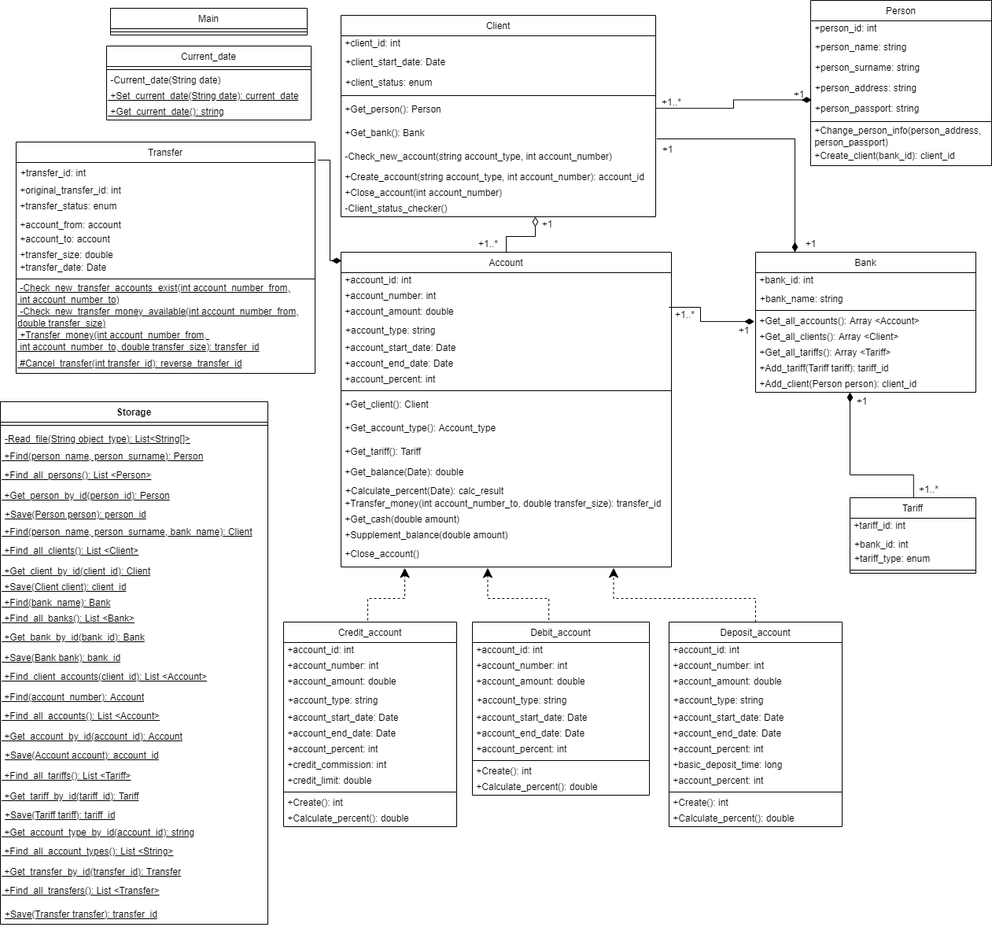
Earlier version of the draw.io export Banking diagram.png (Tanitum/Banking-system). Source tidied: cells renumbered, new cells last; positions are measured from the earlier drawing's top-left corner, leaving out a move shared by most shapes.
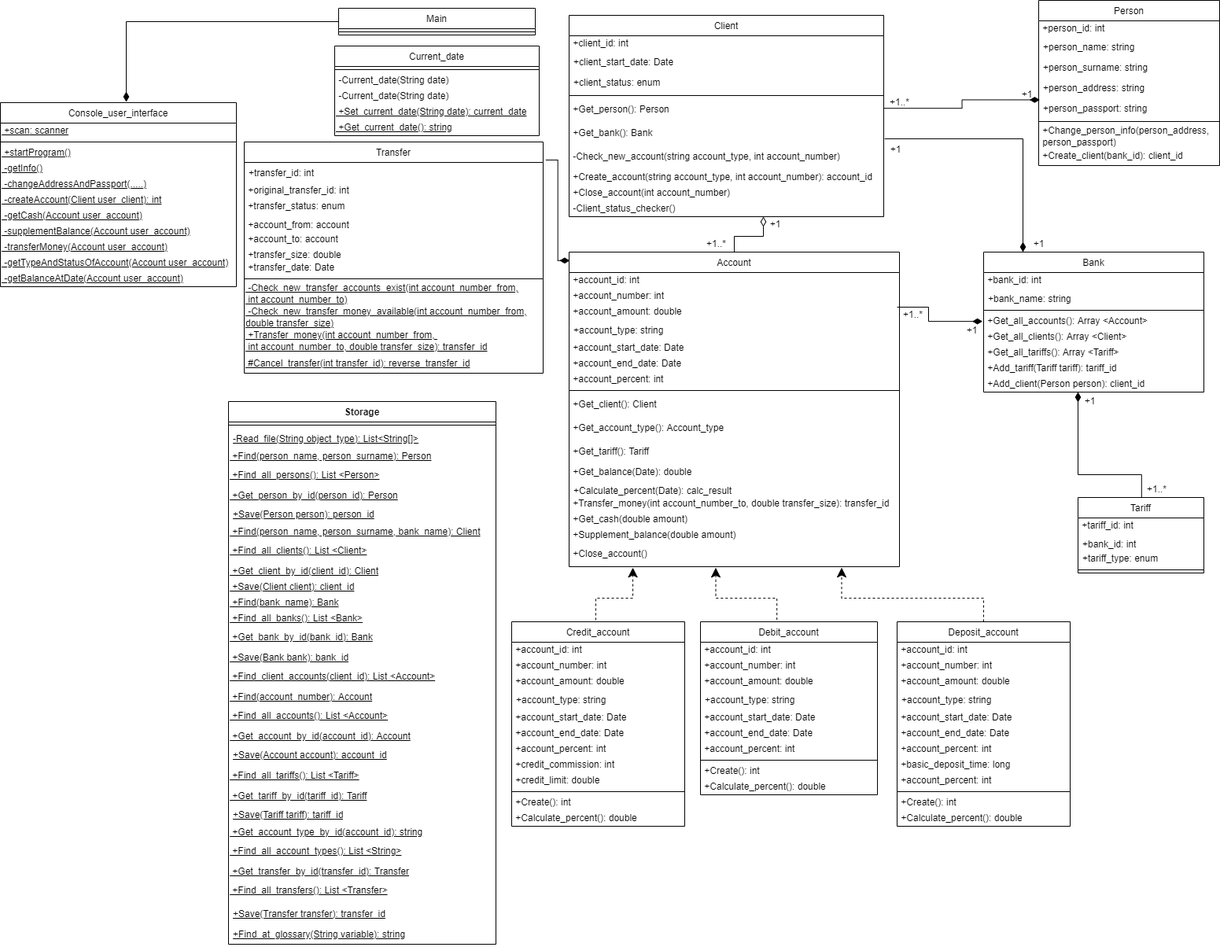
Above is the later version.

Diff of the diagram source:
```diff
@@ -428,7 +428,7 @@
       <mxGeometry y="268" width="380" height="26" as="geometry" />
     </mxCell>
     <mxCell id="124" value="Storage" style="swimlane;fontStyle=1;align=center;verticalAlign=top;horizontal=1;startSize=26;" parent="1" vertex="1">
-      <mxGeometry y="510" width="340" height="664" as="geometry" />
+      <mxGeometry y="510" width="340" height="690" as="geometry" />
     </mxCell>
     <mxCell id="125" style="line;strokeWidth=1;fillColor=none;align=left;verticalAlign=middle;spacingTop=-1;spacingLeft=3;spacingRight=3;labelPosition=right;" parent="124" vertex="1">
       <mxGeometry y="26" width="340" height="8" as="geometry" />
@@ -511,23 +511,76 @@
     <mxCell id="151" value="+Save(Transfer transfer): transfer_id" style="text;strokeColor=none;fillColor=none;align=left;verticalAlign=top;spacingLeft=4;spacingRight=4;overflow=hidden;fontStyle=4;html=1;" parent="124" vertex="1">
       <mxGeometry y="638" width="340" height="26" as="geometry" />
     </mxCell>
+    <mxCell id="158" value="+Find_at_glossary(String variable): string" style="text;strokeColor=none;fillColor=none;align=left;verticalAlign=top;spacingLeft=4;spacingRight=4;overflow=hidden;fontStyle=4;html=1;" parent="124" vertex="1">
+      <mxGeometry y="664" width="340" height="26" as="geometry" />
+    </mxCell>
     <mxCell id="152" style="edgeStyle=elbowEdgeStyle;elbow=horizontal;endArrow=diamondThin;html=1;rounded=0;exitX=1.009;exitY=0.078;exitDx=0;exitDy=0;exitPerimeter=0;entryX=0.002;entryY=0.027;entryDx=0;entryDy=0;entryPerimeter=0;endFill=1;endSize=10;" parent="1" edge="1" source="111" target="13">
       <mxGeometry relative="1" as="geometry" />
     </mxCell>
     <mxCell id="153" value="Current_date" style="swimlane;fontStyle=0;align=center;verticalAlign=top;horizontal=1;startSize=26;" parent="1" vertex="1">
-      <mxGeometry x="135" y="58" width="260" height="94" as="geometry" />
+      <mxGeometry x="135" y="58" width="260" height="114" as="geometry" />
     </mxCell>
     <mxCell id="154" style="line;strokeWidth=1;fillColor=none;align=left;verticalAlign=middle;spacingTop=-1;spacingLeft=3;spacingRight=3;labelPosition=right;" parent="153" vertex="1">
       <mxGeometry y="26" width="260" height="8" as="geometry" />
     </mxCell>
+    <mxCell id="159" value="&amp;nbsp;-Current_date(String date)" style="text;html=1;align=left;verticalAlign=middle;strokeColor=none;fillColor=none;" parent="153" vertex="1">
+      <mxGeometry y="34" width="260" height="20" as="geometry" />
+    </mxCell>
     <mxCell id="155" value="&amp;nbsp;-Current_date(String date)" style="text;html=1;align=left;verticalAlign=middle;strokeColor=none;fillColor=none;" parent="153" vertex="1">
-      <mxGeometry y="34" width="260" height="20" as="geometry" />
+      <mxGeometry y="54" width="260" height="20" as="geometry" />
     </mxCell>
     <mxCell id="156" value="&amp;nbsp;+Set_current_date(String date): current_date" style="text;html=1;align=left;verticalAlign=middle;strokeColor=none;fillColor=none;fontStyle=4;" parent="153" vertex="1">
-      <mxGeometry y="54" width="260" height="20" as="geometry" />
+      <mxGeometry y="74" width="260" height="20" as="geometry" />
     </mxCell>
     <mxCell id="157" value="&amp;nbsp;+Get_current_date(): string" style="text;html=1;align=left;verticalAlign=middle;strokeColor=none;fillColor=none;fontStyle=4;" parent="153" vertex="1">
-      <mxGeometry y="74" width="260" height="20" as="geometry" />
+      <mxGeometry y="94" width="260" height="20" as="geometry" />
     </mxCell>
+    <mxCell id="160" value="Console_user_interface" style="swimlane;fontStyle=0;align=center;verticalAlign=top;horizontal=1;startSize=26;" parent="1" vertex="1">
+      <mxGeometry x="-290" y="130" width="300" height="234" as="geometry" />
+    </mxCell>
+    <mxCell id="161" value="&amp;nbsp;+scan&lt;span style=&quot;background-color: initial;&quot;&gt;: scanner&lt;/span&gt;" style="text;html=1;align=left;verticalAlign=middle;strokeColor=none;fillColor=none;fontStyle=4;" parent="160" vertex="1">
+      <mxGeometry y="26" width="300" height="20" as="geometry" />
+    </mxCell>
+    <mxCell id="162" style="line;strokeWidth=1;fillColor=none;align=left;verticalAlign=middle;spacingTop=-1;spacingLeft=3;spacingRight=3;labelPosition=right;" parent="160" vertex="1">
+      <mxGeometry y="46" width="300" height="8" as="geometry" />
+    </mxCell>
+    <mxCell id="163" value="&lt;span&gt;&amp;nbsp;+startProgram()&lt;/span&gt;&lt;span&gt;&lt;br&gt;&lt;/span&gt;" style="text;html=1;align=left;verticalAlign=middle;strokeColor=none;fillColor=none;fontStyle=4;" parent="160" vertex="1">
+      <mxGeometry y="54" width="300" height="20" as="geometry" />
+    </mxCell>
+    <mxCell id="164" value="&lt;span&gt;&amp;nbsp;-getInfo()&lt;/span&gt;&lt;span&gt;&lt;br&gt;&lt;/span&gt;" style="text;html=1;align=left;verticalAlign=middle;strokeColor=none;fillColor=none;fontStyle=4;" parent="160" vertex="1">
+      <mxGeometry y="74" width="300" height="20" as="geometry" />
+    </mxCell>
+    <mxCell id="165" value="&lt;span&gt;&amp;nbsp;-changeAddressAndPassport(.....)&lt;/span&gt;&lt;span&gt;&lt;br&gt;&lt;/span&gt;" style="text;html=1;align=left;verticalAlign=middle;strokeColor=none;fillColor=none;fontStyle=4;" parent="160" vertex="1">
+      <mxGeometry y="94" width="300" height="20" as="geometry" />
+    </mxCell>
+    <mxCell id="166" value="&lt;span&gt;&amp;nbsp;-createAccount(Client user_client): int&lt;/span&gt;&lt;span&gt;&lt;br&gt;&lt;/span&gt;" style="text;html=1;align=left;verticalAlign=middle;strokeColor=none;fillColor=none;fontStyle=4;" parent="160" vertex="1">
+      <mxGeometry y="114" width="300" height="20" as="geometry" />
+    </mxCell>
+    <mxCell id="167" value="&lt;span&gt;&amp;nbsp;-getCash(Account user_account)&lt;/span&gt;&lt;span&gt;&lt;br&gt;&lt;/span&gt;" style="text;html=1;align=left;verticalAlign=middle;strokeColor=none;fillColor=none;fontStyle=4;" parent="160" vertex="1">
+      <mxGeometry y="134" width="300" height="20" as="geometry" />
+    </mxCell>
+    <mxCell id="168" value="&lt;span&gt;&amp;nbsp;-supplementBalance(Account user_account)&lt;/span&gt;&lt;span&gt;&lt;br&gt;&lt;/span&gt;" style="text;html=1;align=left;verticalAlign=middle;strokeColor=none;fillColor=none;fontStyle=4;" parent="160" vertex="1">
+      <mxGeometry y="154" width="300" height="20" as="geometry" />
+    </mxCell>
+    <mxCell id="169" value="&amp;nbsp;-transferMoney(Account user_account)&lt;span&gt;&lt;br&gt;&lt;/span&gt;" style="text;html=1;align=left;verticalAlign=middle;strokeColor=none;fillColor=none;fontStyle=4;" parent="160" vertex="1">
+      <mxGeometry y="174" width="300" height="20" as="geometry" />
+    </mxCell>
+    <mxCell id="170" value="&amp;nbsp;-getTypeAndStatusOfAccount(Account user_account)&lt;span&gt;&lt;br&gt;&lt;/span&gt;" style="text;html=1;align=left;verticalAlign=middle;strokeColor=none;fillColor=none;fontStyle=4;" parent="160" vertex="1">
+      <mxGeometry y="194" width="300" height="20" as="geometry" />
+    </mxCell>
+    <mxCell id="171" value="&amp;nbsp;-getBalanceAtDate(Account user_account)&lt;span&gt;&lt;br&gt;&lt;/span&gt;" style="text;html=1;align=left;verticalAlign=middle;strokeColor=none;fillColor=none;fontStyle=4;" parent="160" vertex="1">
+      <mxGeometry y="214" width="300" height="20" as="geometry" />
+    </mxCell>
+    <mxCell id="172" style="edgeStyle=elbowEdgeStyle;elbow=horizontal;endArrow=diamondThin;html=1;rounded=0;endSize=10;targetPerimeterSpacing=10;strokeWidth=1;endFill=1;" parent="1" edge="1" source="65">
+      <mxGeometry relative="1" as="geometry">
+        <mxPoint x="-130" y="129" as="targetPoint" />
+        <Array as="points">
+          <mxPoint x="-130" y="50" />
+          <mxPoint x="-60" y="40" />
+          <mxPoint x="25.8" y="122" />
+          <mxPoint x="-124.2" y="252" />
+        </Array>
+      </mxGeometry>
+    </mxCell>
   </root>
 </mxGraphModel>
```
